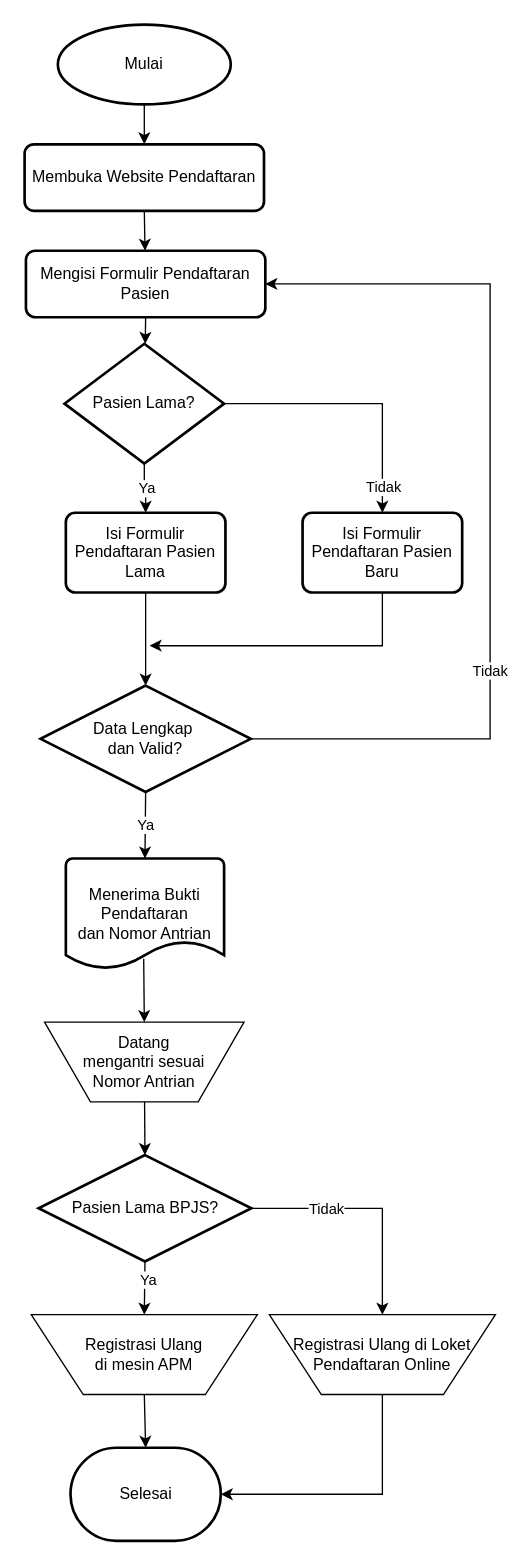
riotryulianto/PBI-system-analyst keeps this draw.io diagram as page "Flowchart" (1 of 5) of Flowchart KlinikGo.drawio. Above is the earlier version. Source tidied: cells renumbered, new cells numbered last; positions are measured from the earlier drawing's top-left corner, leaving out a move shared by most shapes. Both pictures are drawn from the tidied source at 133%, with x=0, y=0 at pixel (24, 24).
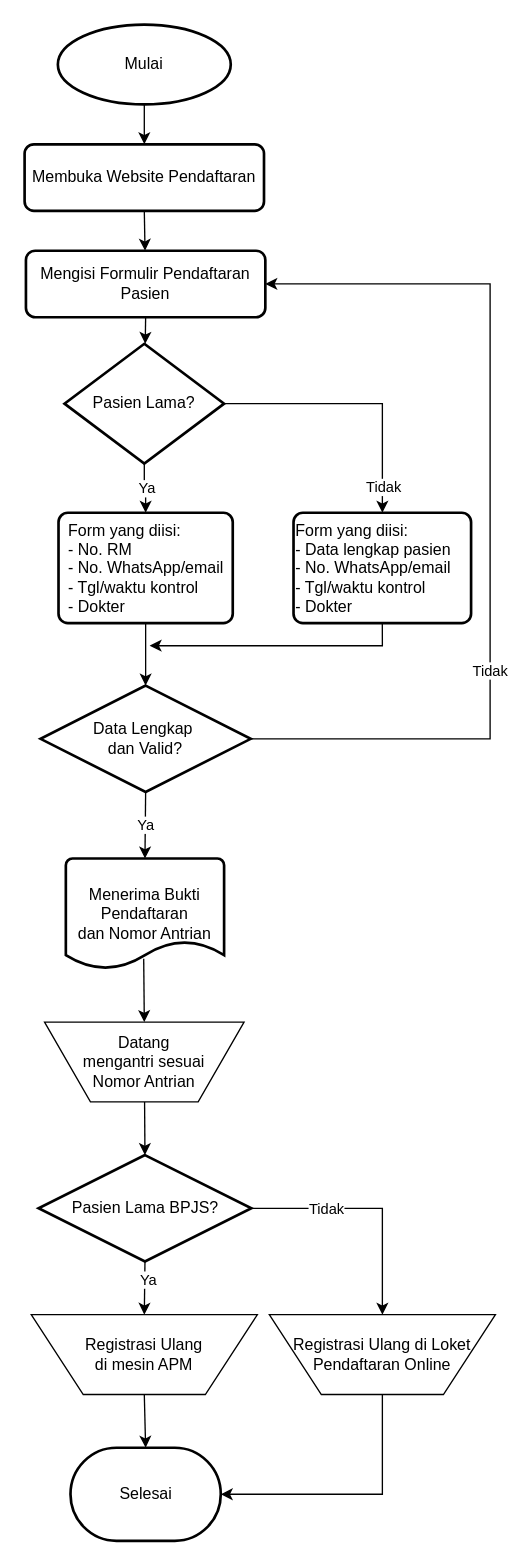
Above is the later version.

The edit, as a diff of the source:
```diff
@@
-    <mxCell id="6" value="Isi Formulir Pendaftaran Pasien Baru" style="whiteSpace=wrap;html=1;rounded=1;absoluteArcSize=1;arcSize=14;strokeWidth=2;" parent="1" vertex="1">
-      <mxGeometry x="209" y="367" width="120" height="60" as="geometry" />
+    <mxCell id="6" value="Form yang diisi:&lt;br style=&quot;border-color: var(--border-color);&quot;&gt;&lt;span style=&quot;&quot;&gt;- Data lengkap pasien&lt;/span&gt;&lt;br style=&quot;border-color: var(--border-color);&quot;&gt;&lt;span style=&quot;&quot;&gt;- No. WhatsApp/email&lt;/span&gt;&lt;br style=&quot;border-color: var(--border-color);&quot;&gt;&lt;span style=&quot;&quot;&gt;- Tgl/waktu kontrol&lt;/span&gt;&lt;br style=&quot;border-color: var(--border-color);&quot;&gt;&lt;span style=&quot;&quot;&gt;- Dokter&lt;/span&gt;" style="whiteSpace=wrap;html=1;rounded=1;absoluteArcSize=1;arcSize=14;strokeWidth=2;align=left;" parent="1" vertex="1">
+      <mxGeometry x="202.2" y="367" width="133.5" height="83" as="geometry" />
     </mxCell>
@@
-    <mxCell id="8" value="Isi Formulir Pendaftaran Pasien Lama" style="whiteSpace=wrap;html=1;rounded=1;absoluteArcSize=1;arcSize=14;strokeWidth=2;" parent="1" vertex="1">
-      <mxGeometry x="31" y="367" width="120" height="60" as="geometry" />
+    <mxCell id="8" value="&lt;div style=&quot;text-align: left;&quot;&gt;&lt;span style=&quot;background-color: initial;&quot;&gt;Form yang diisi:&lt;/span&gt;&lt;/div&gt;&lt;div style=&quot;text-align: left;&quot;&gt;&lt;span style=&quot;background-color: initial;&quot;&gt;- No. RM&lt;/span&gt;&lt;/div&gt;&lt;div style=&quot;border-color: var(--border-color); text-align: left;&quot;&gt;&lt;span style=&quot;border-color: var(--border-color); background-color: initial;&quot;&gt;- No. WhatsApp/email&lt;/span&gt;&lt;/div&gt;&lt;div style=&quot;border-color: var(--border-color); text-align: left;&quot;&gt;&lt;span style=&quot;border-color: var(--border-color); background-color: initial;&quot;&gt;- Tgl/waktu kontrol&lt;/span&gt;&lt;/div&gt;&lt;div style=&quot;border-color: var(--border-color); text-align: left;&quot;&gt;&lt;span style=&quot;border-color: var(--border-color); background-color: initial;&quot;&gt;- Dokter&lt;/span&gt;&lt;/div&gt;" style="whiteSpace=wrap;html=1;rounded=1;absoluteArcSize=1;arcSize=14;strokeWidth=2;" parent="1" vertex="1">
+      <mxGeometry x="25.5" y="367" width="131" height="83" as="geometry" />
     </mxCell>
```
